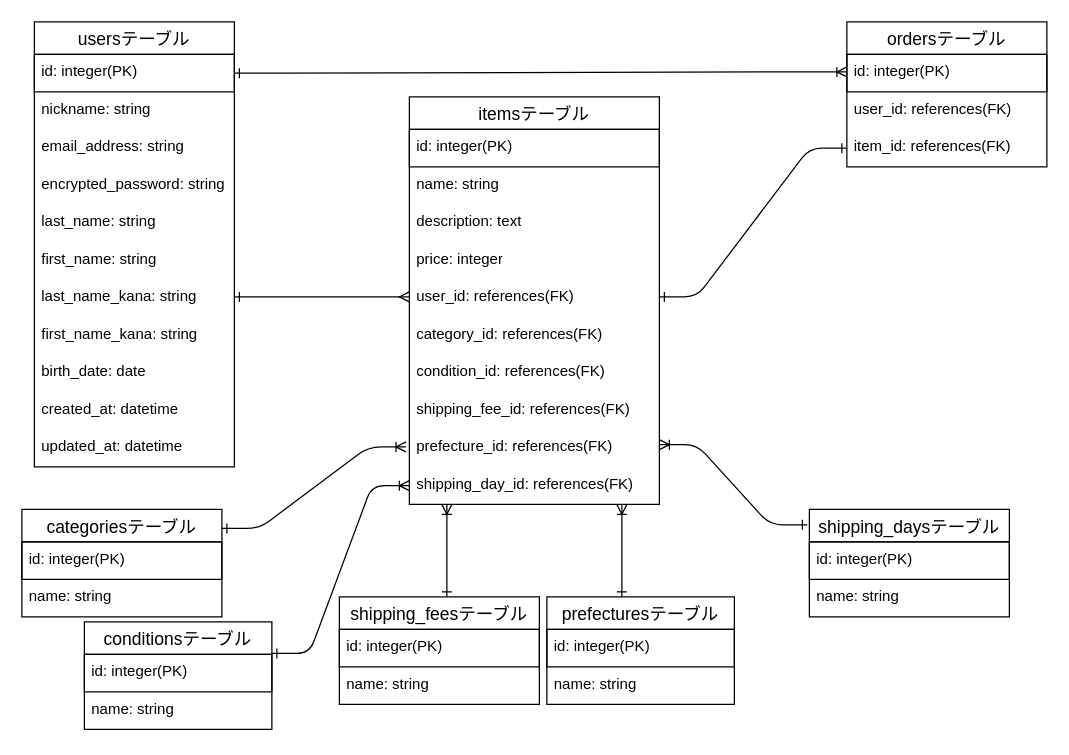
Above: database_design.dio in jeyton-max/furima-46537 (draw.io), before the change. Source tidied: cells renumbered, new cells numbered last; positions are measured from the earlier drawing's top-left corner, leaving out a move shared by most shapes. Both pictures are drawn from the tidied source at 125%, with x=0, y=0 at pixel (21, 21).
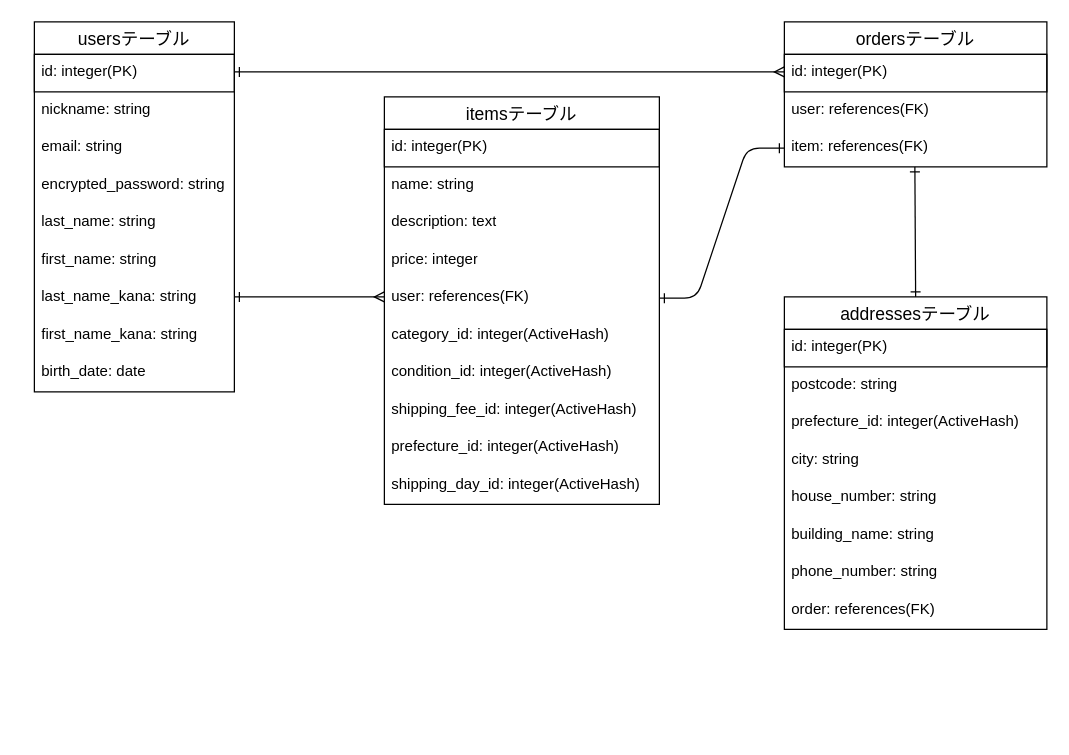
Above is the later version.

Commit message (it also covers changes not shown here):
データベース設計の修正完了

What changed in the source:
```diff
@@
     <mxCell id="2" value="usersテーブル" style="swimlane;fontStyle=0;horizontal=1;startSize=26;align=center;fontSize=14;" parent="1" vertex="1">
-      <mxGeometry x="10" width="160" height="356" as="geometry" />
+      <mxGeometry x="10" width="160" height="296" as="geometry" />
     </mxCell>
@@
-    <mxCell id="5" value="email_address&lt;span style=&quot;color: rgb(0, 0, 0);&quot;&gt;: string&lt;/span&gt;" style="text;strokeColor=none;fillColor=none;spacingLeft=4;spacingRight=4;overflow=hidden;fontSize=12;whiteSpace=wrap;html=1;" parent="2" vertex="1">
+    <mxCell id="5" value="email&lt;span style=&quot;color: rgb(0, 0, 0);&quot;&gt;: string&lt;/span&gt;" style="text;strokeColor=none;fillColor=none;spacingLeft=4;spacingRight=4;overflow=hidden;fontSize=12;whiteSpace=wrap;html=1;" parent="2" vertex="1">
       <mxGeometry y="86" width="160" height="30" as="geometry" />
     </mxCell>
@@
-    <mxCell id="12" value="created_at: datetime" style="text;strokeColor=none;fillColor=none;spacingLeft=4;spacingRight=4;overflow=hidden;fontSize=12;whiteSpace=wrap;html=1;" parent="2" vertex="1">
-      <mxGeometry y="296" width="160" height="30" as="geometry" />
-    </mxCell>
-    <mxCell id="13" value="updated_at: datetime" style="text;strokeColor=none;fillColor=none;spacingLeft=4;spacingRight=4;overflow=hidden;fontSize=12;whiteSpace=wrap;html=1;" parent="2" vertex="1">
-      <mxGeometry y="326" width="160" height="30" as="geometry" />
-    </mxCell>
     <mxCell id="14" value="itemsテーブル" style="swimlane;fontStyle=0;horizontal=1;startSize=26;align=center;fontSize=14;" parent="1" vertex="1">
-      <mxGeometry x="310" y="60" width="200" height="326" as="geometry" />
+      <mxGeometry x="290" y="60" width="220" height="326" as="geometry" />
     </mxCell>
     <mxCell id="15" value="&lt;span style=&quot;color: rgb(0, 0, 0);&quot;&gt;id: integer(PK)&lt;/span&gt;" style="text;strokeColor=default;fillColor=none;spacingLeft=4;spacingRight=4;overflow=hidden;fontSize=12;whiteSpace=wrap;html=1;" parent="14" vertex="1">
-      <mxGeometry y="26" width="200" height="30" as="geometry" />
+      <mxGeometry y="26" width="220" height="30" as="geometry" />
     </mxCell>
     <mxCell id="16" value="name: string" style="text;strokeColor=none;fillColor=none;spacingLeft=4;spacingRight=4;overflow=hidden;fontSize=12;whiteSpace=wrap;html=1;" parent="14" vertex="1">
-      <mxGeometry y="56" width="200" height="30" as="geometry" />
+      <mxGeometry y="56" width="220" height="30" as="geometry" />
     </mxCell>
     <mxCell id="17" value="description: text" style="text;strokeColor=none;fillColor=none;spacingLeft=4;spacingRight=4;overflow=hidden;fontSize=12;whiteSpace=wrap;html=1;" parent="14" vertex="1">
-      <mxGeometry y="86" width="200" height="30" as="geometry" />
+      <mxGeometry y="86" width="220" height="30" as="geometry" />
     </mxCell>
     <mxCell id="18" value="price: integer" style="text;strokeColor=none;fillColor=none;spacingLeft=4;spacingRight=4;overflow=hidden;fontSize=12;whiteSpace=wrap;html=1;" parent="14" vertex="1">
-      <mxGeometry y="116" width="200" height="30" as="geometry" />
+      <mxGeometry y="116" width="220" height="30" as="geometry" />
     </mxCell>
-    <mxCell id="19" value="user_id: references(FK)" style="text;strokeColor=none;fillColor=none;spacingLeft=4;spacingRight=4;overflow=hidden;points=[[0,0.5],[1,0.5]];portConstraint=eastwest;fontSize=12;whiteSpace=wrap;html=1;" parent="14" vertex="1">
-      <mxGeometry y="146" width="200" height="30" as="geometry" />
+    <mxCell id="19" value="user: references(FK)" style="text;strokeColor=none;fillColor=none;spacingLeft=4;spacingRight=4;overflow=hidden;points=[[0,0.5],[1,0.5]];portConstraint=eastwest;fontSize=12;whiteSpace=wrap;html=1;" parent="14" vertex="1">
+      <mxGeometry y="146" width="220" height="30" as="geometry" />
     </mxCell>
-    <mxCell id="20" value="category_id:&amp;nbsp;&lt;span style=&quot;color: rgb(0, 0, 0);&quot;&gt;references(FK)&lt;/span&gt;" style="text;strokeColor=none;fillColor=none;spacingLeft=4;spacingRight=4;overflow=hidden;fontSize=12;whiteSpace=wrap;html=1;" parent="14" vertex="1">
-      <mxGeometry y="176" width="200" height="30" as="geometry" />
-    </mxCell>
-    <mxCell id="21" value="condition_id:&amp;nbsp;&lt;span style=&quot;color: rgb(0, 0, 0);&quot;&gt;references(FK)&lt;/span&gt;" style="text;strokeColor=none;fillColor=none;spacingLeft=4;spacingRight=4;overflow=hidden;fontSize=12;whiteSpace=wrap;html=1;" parent="14" vertex="1">
-      <mxGeometry y="206" width="200" height="30" as="geometry" />
-    </mxCell>
-    <mxCell id="22" value="shipping_fee_id&lt;span style=&quot;color: rgb(0, 0, 0);&quot;&gt;:&amp;nbsp;&lt;/span&gt;&lt;span style=&quot;scrollbar-color: rgb(226, 226, 226) rgb(251, 251, 251); color: rgb(0, 0, 0);&quot;&gt;references(FK)&lt;/span&gt;" style="text;strokeColor=none;fillColor=none;spacingLeft=4;spacingRight=4;overflow=hidden;fontSize=12;whiteSpace=wrap;html=1;" parent="14" vertex="1">
-      <mxGeometry y="236" width="200" height="30" as="geometry" />
-    </mxCell>
-    <mxCell id="23" value="prefecture_id&lt;span style=&quot;color: rgb(0, 0, 0);&quot;&gt;:&amp;nbsp;&lt;/span&gt;&lt;span style=&quot;scrollbar-color: rgb(226, 226, 226) rgb(251, 251, 251); color: rgb(0, 0, 0);&quot;&gt;references(FK)&lt;/span&gt;" style="text;strokeColor=none;fillColor=none;spacingLeft=4;spacingRight=4;overflow=hidden;fontSize=12;whiteSpace=wrap;html=1;" parent="14" vertex="1">
-      <mxGeometry y="266" width="200" height="30" as="geometry" />
-    </mxCell>
-    <mxCell id="24" value="shipping_day_id&lt;span style=&quot;color: rgb(0, 0, 0);&quot;&gt;:&amp;nbsp;&lt;/span&gt;&lt;span style=&quot;scrollbar-color: rgb(226, 226, 226) rgb(251, 251, 251); color: rgb(0, 0, 0);&quot;&gt;references(FK)&lt;/span&gt;" style="text;strokeColor=none;fillColor=none;spacingLeft=4;spacingRight=4;overflow=hidden;points=[[0,0.5],[1,0.5]];portConstraint=eastwest;fontSize=12;whiteSpace=wrap;html=1;" parent="14" vertex="1">
-      <mxGeometry y="296" width="200" height="30" as="geometry" />
-    </mxCell>
+    <mxCell id="47" value="category_id: integer(ActiveHash)" style="text;strokeColor=none;fillColor=none;spacingLeft=4;spacingRight=4;overflow=hidden;fontSize=12;whiteSpace=wrap;html=1;" parent="14" vertex="1">
+      <mxGeometry y="176" width="220" height="30" as="geometry" />
+    </mxCell>
+    <mxCell id="48" value="condition_id&lt;span style=&quot;color: rgb(0, 0, 0);&quot;&gt;: integer(ActiveHash)&lt;/span&gt;" style="text;strokeColor=none;fillColor=none;spacingLeft=4;spacingRight=4;overflow=hidden;fontSize=12;whiteSpace=wrap;html=1;" parent="14" vertex="1">
+      <mxGeometry y="206" width="220" height="30" as="geometry" />
+    </mxCell>
+    <mxCell id="49" value="shipping_fee_id&lt;span style=&quot;color: rgb(0, 0, 0);&quot;&gt;: integer(ActiveHash)&lt;/span&gt;" style="text;strokeColor=none;fillColor=none;spacingLeft=4;spacingRight=4;overflow=hidden;fontSize=12;whiteSpace=wrap;html=1;" parent="14" vertex="1">
+      <mxGeometry y="236" width="220" height="30" as="geometry" />
+    </mxCell>
+    <mxCell id="50" value="prefecture_id&lt;span style=&quot;color: rgb(0, 0, 0);&quot;&gt;: integer(ActiveHash)&lt;/span&gt;" style="text;strokeColor=none;fillColor=none;spacingLeft=4;spacingRight=4;overflow=hidden;fontSize=12;whiteSpace=wrap;html=1;" parent="14" vertex="1">
+      <mxGeometry y="266" width="220" height="30" as="geometry" />
+    </mxCell>
+    <mxCell id="52" value="shipping_day_id&lt;span style=&quot;color: rgb(0, 0, 0);&quot;&gt;: integer(ActiveHash)&lt;/span&gt;" style="text;strokeColor=none;fillColor=none;spacingLeft=4;spacingRight=4;overflow=hidden;fontSize=12;whiteSpace=wrap;html=1;" parent="14" vertex="1">
+      <mxGeometry y="296" width="220" height="30" as="geometry" />
+    </mxCell>
     <mxCell id="25" value="ordersテーブル" style="swimlane;fontStyle=0;horizontal=1;startSize=26;align=center;fontSize=14;" parent="1" vertex="1">
-      <mxGeometry x="660" width="160" height="116" as="geometry" />
+      <mxGeometry x="610" width="210" height="116" as="geometry" />
     </mxCell>
     <mxCell id="26" value="&lt;span style=&quot;color: rgb(0, 0, 0);&quot;&gt;id: integer(PK)&lt;/span&gt;" style="text;strokeColor=default;fillColor=none;spacingLeft=4;spacingRight=4;overflow=hidden;fontSize=12;whiteSpace=wrap;html=1;" parent="25" vertex="1">
-      <mxGeometry y="26" width="160" height="30" as="geometry" />
+      <mxGeometry y="26" width="210" height="30" as="geometry" />
     </mxCell>
-    <mxCell id="27" value="&lt;span style=&quot;color: rgb(0, 0, 0);&quot;&gt;user_id: references(FK)&lt;/span&gt;" style="text;strokeColor=none;fillColor=none;spacingLeft=4;spacingRight=4;overflow=hidden;fontSize=12;whiteSpace=wrap;html=1;" parent="25" vertex="1">
-      <mxGeometry y="56" width="160" height="30" as="geometry" />
+    <mxCell id="27" value="&lt;span style=&quot;color: rgb(0, 0, 0);&quot;&gt;user: references(FK)&lt;/span&gt;" style="text;strokeColor=none;fillColor=none;spacingLeft=4;spacingRight=4;overflow=hidden;fontSize=12;whiteSpace=wrap;html=1;" parent="25" vertex="1">
+      <mxGeometry y="56" width="210" height="30" as="geometry" />
     </mxCell>
-    <mxCell id="28" value="&lt;span style=&quot;color: rgb(0, 0, 0);&quot;&gt;item_id: references(FK)&lt;/span&gt;" style="text;strokeColor=none;fillColor=none;spacingLeft=4;spacingRight=4;overflow=hidden;points=[[0,0.5],[1,0.5]];portConstraint=eastwest;fontSize=12;whiteSpace=wrap;html=1;" parent="25" vertex="1">
-      <mxGeometry y="86" width="160" height="30" as="geometry" />
+    <mxCell id="28" value="&lt;span style=&quot;color: rgb(0, 0, 0);&quot;&gt;item: references(FK)&lt;/span&gt;" style="text;strokeColor=none;fillColor=none;spacingLeft=4;spacingRight=4;overflow=hidden;points=[[0,0.5],[1,0.5]];portConstraint=eastwest;fontSize=12;whiteSpace=wrap;html=1;" parent="25" vertex="1">
+      <mxGeometry y="86" width="210" height="30" as="geometry" />
     </mxCell>
-    <mxCell id="29" value="categoriesテーブル" style="swimlane;fontStyle=0;horizontal=1;startSize=26;align=center;fontSize=14;" parent="1" vertex="1">
-      <mxGeometry y="390" width="160" height="86" as="geometry" />
-    </mxCell>
-    <mxCell id="30" value="&lt;span style=&quot;color: rgb(0, 0, 0);&quot;&gt;id: integer(PK)&lt;/span&gt;" style="text;strokeColor=default;fillColor=none;spacingLeft=4;spacingRight=4;overflow=hidden;fontSize=12;whiteSpace=wrap;html=1;" parent="29" vertex="1">
-      <mxGeometry y="26" width="160" height="30" as="geometry" />
-    </mxCell>
-    <mxCell id="31" value="&lt;span style=&quot;color: rgb(0, 0, 0);&quot;&gt;name: string&lt;/span&gt;" style="text;strokeColor=none;fillColor=none;spacingLeft=4;spacingRight=4;overflow=hidden;fontSize=12;whiteSpace=wrap;html=1;" parent="29" vertex="1">
-      <mxGeometry y="56" width="160" height="30" as="geometry" />
-    </mxCell>
-    <mxCell id="32" value="conditionsテーブル" style="swimlane;fontStyle=0;horizontal=1;startSize=26;align=center;fontSize=14;" parent="1" vertex="1">
-      <mxGeometry x="50" y="480" width="150" height="86" as="geometry" />
-    </mxCell>
-    <mxCell id="33" value="&lt;span style=&quot;color: rgb(0, 0, 0);&quot;&gt;id: integer(PK)&lt;/span&gt;" style="text;strokeColor=default;fillColor=none;spacingLeft=4;spacingRight=4;overflow=hidden;fontSize=12;whiteSpace=wrap;html=1;" parent="32" vertex="1">
-      <mxGeometry y="26" width="150" height="30" as="geometry" />
-    </mxCell>
-    <mxCell id="34" value="&lt;span style=&quot;color: rgb(0, 0, 0);&quot;&gt;name: string&lt;/span&gt;" style="text;strokeColor=none;fillColor=none;spacingLeft=4;spacingRight=4;overflow=hidden;fontSize=12;whiteSpace=wrap;html=1;" parent="32" vertex="1">
-      <mxGeometry y="56" width="150" height="30" as="geometry" />
-    </mxCell>
-    <mxCell id="35" value="shipping_feesテーブル" style="swimlane;fontStyle=0;horizontal=1;startSize=26;align=center;fontSize=14;" parent="1" vertex="1">
-      <mxGeometry x="254" y="460" width="160" height="86" as="geometry" />
-    </mxCell>
-    <mxCell id="36" value="&lt;span style=&quot;color: rgb(0, 0, 0);&quot;&gt;id: integer(PK)&lt;/span&gt;" style="text;strokeColor=default;fillColor=none;spacingLeft=4;spacingRight=4;overflow=hidden;fontSize=12;whiteSpace=wrap;html=1;" parent="35" vertex="1">
-      <mxGeometry y="26" width="160" height="30" as="geometry" />
-    </mxCell>
-    <mxCell id="37" value="&lt;span style=&quot;color: rgb(0, 0, 0);&quot;&gt;name: string&lt;/span&gt;" style="text;strokeColor=none;fillColor=none;spacingLeft=4;spacingRight=4;overflow=hidden;fontSize=12;whiteSpace=wrap;html=1;" parent="35" vertex="1">
-      <mxGeometry y="56" width="160" height="30" as="geometry" />
-    </mxCell>
-    <mxCell id="38" value="prefecturesテーブル" style="swimlane;fontStyle=0;horizontal=1;startSize=26;align=center;fontSize=14;" parent="1" vertex="1">
-      <mxGeometry x="420" y="460" width="150" height="86" as="geometry" />
-    </mxCell>
-    <mxCell id="39" value="&lt;span style=&quot;color: rgb(0, 0, 0);&quot;&gt;id: integer(PK)&lt;/span&gt;" style="text;strokeColor=default;fillColor=none;spacingLeft=4;spacingRight=4;overflow=hidden;fontSize=12;whiteSpace=wrap;html=1;" parent="38" vertex="1">
-      <mxGeometry y="26" width="150" height="30" as="geometry" />
-    </mxCell>
-    <mxCell id="40" value="&lt;span style=&quot;color: rgb(0, 0, 0);&quot;&gt;name: string&lt;/span&gt;" style="text;strokeColor=none;fillColor=none;spacingLeft=4;spacingRight=4;overflow=hidden;fontSize=12;whiteSpace=wrap;html=1;" parent="38" vertex="1">
-      <mxGeometry y="56" width="150" height="30" as="geometry" />
-    </mxCell>
-    <mxCell id="41" value="shipping_daysテーブル" style="swimlane;fontStyle=0;horizontal=1;startSize=26;align=center;fontSize=14;" parent="1" vertex="1">
-      <mxGeometry x="630" y="390" width="160" height="86" as="geometry" />
-    </mxCell>
-    <mxCell id="42" value="&lt;span style=&quot;color: rgb(0, 0, 0);&quot;&gt;id: integer(PK)&lt;/span&gt;" style="text;strokeColor=default;fillColor=none;spacingLeft=4;spacingRight=4;overflow=hidden;fontSize=12;whiteSpace=wrap;html=1;" parent="41" vertex="1">
-      <mxGeometry y="26" width="160" height="30" as="geometry" />
-    </mxCell>
-    <mxCell id="43" value="&lt;span style=&quot;color: rgb(0, 0, 0);&quot;&gt;name: string&lt;/span&gt;" style="text;strokeColor=none;fillColor=none;spacingLeft=4;spacingRight=4;overflow=hidden;fontSize=12;whiteSpace=wrap;html=1;" parent="41" vertex="1">
-      <mxGeometry y="56" width="160" height="30" as="geometry" />
-    </mxCell>
-    <mxCell id="44" style="edgeStyle=entityRelationEdgeStyle;fontSize=12;html=1;endArrow=ERoneToMany;entryX=0;entryY=0.25;entryDx=0;entryDy=0;startArrow=ERone;startFill=0;" parent="1" edge="1">
+    <mxCell id="44" style="edgeStyle=entityRelationEdgeStyle;fontSize=12;html=1;endArrow=ERmany;entryX=0;entryY=0.25;entryDx=0;entryDy=0;startArrow=ERone;startFill=0;endFill=0;" parent="1" edge="1">
       <mxGeometry relative="1" as="geometry">
-        <mxPoint x="170" y="41" as="sourcePoint" />
-        <mxPoint x="660" y="40" as="targetPoint" />
+        <mxPoint x="170" y="40" as="sourcePoint" />
+        <mxPoint x="610" y="40" as="targetPoint" />
         <Array as="points">
-          <mxPoint x="260" y="31" />
+          <mxPoint x="210" y="31" />
         </Array>
       </mxGeometry>
     </mxCell>
-    <mxCell id="45" style="edgeStyle=entityRelationEdgeStyle;fontSize=12;html=1;endArrow=ERmany;entryX=0;entryY=0.5;entryDx=0;entryDy=0;exitX=1;exitY=0.5;exitDx=0;exitDy=0;startArrow=ERone;startFill=0;" parent="1" edge="1">
+    <mxCell id="45" style="edgeStyle=entityRelationEdgeStyle;fontSize=12;html=1;endArrow=ERmany;exitX=1;exitY=0.5;exitDx=0;exitDy=0;startArrow=ERone;startFill=0;entryX=0;entryY=0.467;entryDx=0;entryDy=0;entryPerimeter=0;endFill=0;" parent="1" edge="1" target="19">
       <mxGeometry relative="1" as="geometry">
         <mxPoint x="170" y="220" as="sourcePoint" />
-        <mxPoint x="310" y="220" as="targetPoint" />
       </mxGeometry>
     </mxCell>
-    <mxCell id="46" style="edgeStyle=entityRelationEdgeStyle;fontSize=12;html=1;endArrow=ERone;endFill=1;entryX=0;entryY=0.5;entryDx=0;entryDy=0;exitX=1;exitY=0.5;exitDx=0;exitDy=0;startArrow=ERone;startFill=0;" parent="1" edge="1" target="28">
-      <mxGeometry relative="1" as="geometry">
-        <mxPoint x="510" y="220" as="sourcePoint" />
-      </mxGeometry>
+    <mxCell id="46" style="edgeStyle=entityRelationEdgeStyle;fontSize=12;html=1;endArrow=ERone;endFill=1;entryX=0;entryY=0.5;entryDx=0;entryDy=0;exitX=1;exitY=0.5;exitDx=0;exitDy=0;startArrow=ERone;startFill=0;" parent="1" edge="1" source="19" target="28">
+      <mxGeometry relative="1" as="geometry" />
     </mxCell>
-    <mxCell id="47" style="edgeStyle=entityRelationEdgeStyle;fontSize=12;html=1;endArrow=ERoneToMany;endFill=0;entryX=-0.012;entryY=0.2;entryDx=0;entryDy=0;entryPerimeter=0;exitX=1.002;exitY=0.084;exitDx=0;exitDy=0;exitPerimeter=0;startArrow=ERone;startFill=0;" parent="1" edge="1">
-      <mxGeometry relative="1" as="geometry">
-        <mxPoint x="160" y="405.2" as="sourcePoint" />
-        <mxPoint x="307.3" y="340" as="targetPoint" />
-        <Array as="points">
-          <mxPoint x="69.7" y="398" />
-        </Array>
-      </mxGeometry>
-    </mxCell>
-    <mxCell id="48" style="edgeStyle=entityRelationEdgeStyle;fontSize=12;html=1;endArrow=ERoneToMany;endFill=0;entryX=0;entryY=0.5;entryDx=0;entryDy=0;exitX=1.002;exitY=0.084;exitDx=0;exitDy=0;exitPerimeter=0;startArrow=ERone;startFill=0;" parent="1" edge="1" target="24">
-      <mxGeometry relative="1" as="geometry">
-        <mxPoint x="200" y="505.2" as="sourcePoint" />
-        <Array as="points">
-          <mxPoint x="109.7" y="498" />
-        </Array>
-      </mxGeometry>
-    </mxCell>
-    <mxCell id="49" style="endArrow=ERone;html=1;rounded=0;startArrow=ERoneToMany;startFill=0;endFill=0;" parent="1" edge="1">
-      <mxGeometry relative="1" as="geometry">
-        <mxPoint x="340" y="386" as="sourcePoint" />
-        <mxPoint x="340" y="460" as="targetPoint" />
-      </mxGeometry>
-    </mxCell>
-    <mxCell id="50" style="endArrow=ERone;html=1;rounded=0;startArrow=ERoneToMany;startFill=0;endFill=0;" parent="1" edge="1">
-      <mxGeometry relative="1" as="geometry">
-        <mxPoint x="480" y="386" as="sourcePoint" />
-        <mxPoint x="480" y="460" as="targetPoint" />
-      </mxGeometry>
-    </mxCell>
-    <mxCell id="51" style="edgeStyle=entityRelationEdgeStyle;fontSize=12;html=1;endArrow=ERone;endFill=0;entryX=-0.01;entryY=0.144;entryDx=0;entryDy=0;exitX=1.002;exitY=0.084;exitDx=0;exitDy=0;exitPerimeter=0;startArrow=ERoneToMany;startFill=0;entryPerimeter=0;" parent="1" edge="1" target="41">
-      <mxGeometry relative="1" as="geometry">
-        <mxPoint x="510" y="338.2" as="sourcePoint" />
-        <Array as="points">
-          <mxPoint x="419.7" y="331" />
-        </Array>
-      </mxGeometry>
+    <mxCell id="51" value="addressesテーブル" style="swimlane;fontStyle=0;horizontal=1;startSize=26;align=center;fontSize=14;" parent="1" vertex="1">
+      <mxGeometry x="610" y="220" width="210" height="266" as="geometry" />
     </mxCell>
+    <mxCell id="53" value="&lt;span style=&quot;color: rgb(0, 0, 0);&quot;&gt;id: integer(PK)&lt;/span&gt;" style="text;strokeColor=default;fillColor=none;spacingLeft=4;spacingRight=4;overflow=hidden;fontSize=12;whiteSpace=wrap;html=1;" parent="51" vertex="1">
+      <mxGeometry y="26" width="210" height="30" as="geometry" />
+    </mxCell>
+    <mxCell id="54" value="postcode&lt;span style=&quot;color: rgb(0, 0, 0);&quot;&gt;: string&lt;/span&gt;" style="text;strokeColor=none;fillColor=none;spacingLeft=4;spacingRight=4;overflow=hidden;fontSize=12;whiteSpace=wrap;html=1;" parent="51" vertex="1">
+      <mxGeometry y="56" width="210" height="30" as="geometry" />
+    </mxCell>
+    <mxCell id="55" value="prefecture_id&lt;span style=&quot;color: rgb(0, 0, 0);&quot;&gt;: integer(ActiveHash)&lt;/span&gt;" style="text;strokeColor=none;fillColor=none;spacingLeft=4;spacingRight=4;overflow=hidden;fontSize=12;whiteSpace=wrap;html=1;" parent="51" vertex="1">
+      <mxGeometry y="86" width="210" height="30" as="geometry" />
+    </mxCell>
+    <mxCell id="56" value="city&lt;span style=&quot;color: rgb(0, 0, 0);&quot;&gt;: string&lt;/span&gt;" style="text;strokeColor=none;fillColor=none;spacingLeft=4;spacingRight=4;overflow=hidden;fontSize=12;whiteSpace=wrap;html=1;" parent="51" vertex="1">
+      <mxGeometry y="116" width="210" height="30" as="geometry" />
+    </mxCell>
+    <mxCell id="57" value="house_number&lt;span style=&quot;color: rgb(0, 0, 0);&quot;&gt;: string&lt;/span&gt;" style="text;strokeColor=none;fillColor=none;spacingLeft=4;spacingRight=4;overflow=hidden;fontSize=12;whiteSpace=wrap;html=1;" parent="51" vertex="1">
+      <mxGeometry y="146" width="210" height="30" as="geometry" />
+    </mxCell>
+    <mxCell id="58" value="building_name&lt;span style=&quot;color: rgb(0, 0, 0);&quot;&gt;: string&lt;/span&gt;" style="text;strokeColor=none;fillColor=none;spacingLeft=4;spacingRight=4;overflow=hidden;fontSize=12;whiteSpace=wrap;html=1;" parent="51" vertex="1">
+      <mxGeometry y="176" width="210" height="30" as="geometry" />
+    </mxCell>
+    <mxCell id="59" value="phone_number&lt;span style=&quot;color: rgb(0, 0, 0);&quot;&gt;: string&lt;/span&gt;" style="text;strokeColor=none;fillColor=none;spacingLeft=4;spacingRight=4;overflow=hidden;fontSize=12;whiteSpace=wrap;html=1;" parent="51" vertex="1">
+      <mxGeometry y="206" width="210" height="30" as="geometry" />
+    </mxCell>
+    <mxCell id="60" value="order&lt;span style=&quot;color: rgb(0, 0, 0);&quot;&gt;: references(FK)&lt;/span&gt;" style="text;strokeColor=none;fillColor=none;spacingLeft=4;spacingRight=4;overflow=hidden;fontSize=12;whiteSpace=wrap;html=1;" parent="51" vertex="1">
+      <mxGeometry y="236" width="210" height="30" as="geometry" />
+    </mxCell>
+    <mxCell id="61" style="endArrow=ERone;html=1;rounded=0;startArrow=ERone;startFill=0;endFill=0;entryX=0.5;entryY=0;entryDx=0;entryDy=0;" parent="1" edge="1" target="51">
+      <mxGeometry relative="1" as="geometry">
+        <mxPoint x="714.4" y="116" as="sourcePoint" />
+      </mxGeometry>
+    </mxCell>
```
